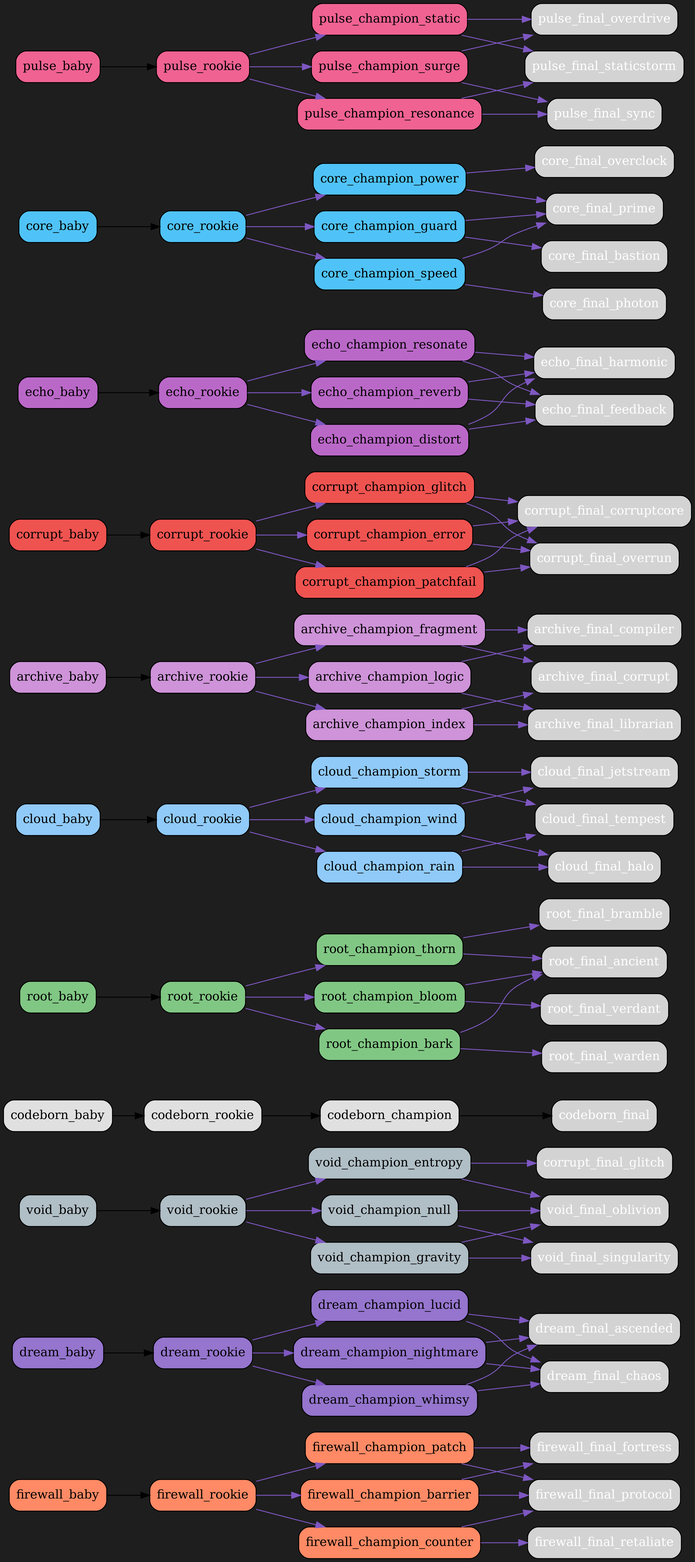
Before: src/netgrid/systems/evolution/graphs/dark/evolution_graph_dark.png, a diagram exported from Graphviz (bwlight/NetGrid). Its source is kept beside it as src/netgrid/systems/evolution/graphs/dark/evolution_graph_dark.dot.
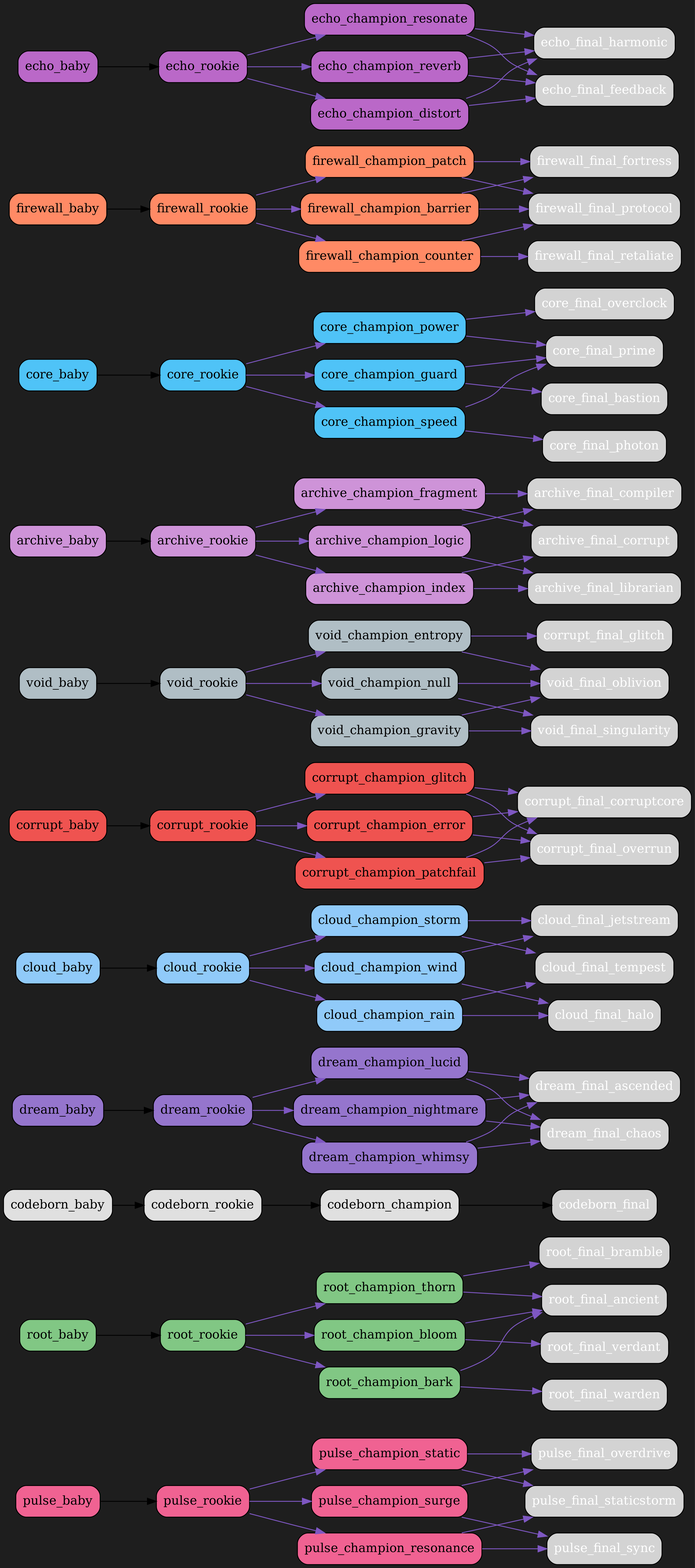
After the change.

Commit message:
Auto-update evolution graphs

The edit, as a diff of the source:
```diff
@@ -2,6 +2,132 @@
   rankdir=LR;
   bgcolor="#1e1e1e";
   node [shape=box, style="rounded,filled", fontcolor="white"];
+  "pulse_baby" [fillcolor="#f06292", fontcolor="black"];
+  "pulse_baby" -> "pulse_rookie";
+  "pulse_rookie" [fillcolor="#f06292", fontcolor="black"];
+  "pulse_rookie" -> "pulse_champion_surge" [color="#7e57c2"];
+  "pulse_rookie" -> "pulse_champion_resonance" [color="#7e57c2"];
+  "pulse_rookie" -> "pulse_champion_static" [color="#7e57c2"];
+  "pulse_champion_surge" [fillcolor="#f06292", fontcolor="black"];
+  "pulse_champion_surge" -> "pulse_final_overdrive" [color="#7e57c2"];
+  "pulse_champion_surge" -> "pulse_final_sync" [color="#7e57c2"];
+  "pulse_champion_resonance" [fillcolor="#f06292", fontcolor="black"];
+  "pulse_champion_resonance" -> "pulse_final_sync" [color="#7e57c2"];
+  "pulse_champion_resonance" -> "pulse_final_staticstorm" [color="#7e57c2"];
+  "pulse_champion_static" [fillcolor="#f06292", fontcolor="black"];
+  "pulse_champion_static" -> "pulse_final_staticstorm" [color="#7e57c2"];
+  "pulse_champion_static" -> "pulse_final_overdrive" [color="#7e57c2"];
+  "root_baby" [fillcolor="#81c784", fontcolor="black"];
+  "root_baby" -> "root_rookie";
+  "root_rookie" [fillcolor="#81c784", fontcolor="black"];
+  "root_rookie" -> "root_champion_thorn" [color="#7e57c2"];
+  "root_rookie" -> "root_champion_bloom" [color="#7e57c2"];
+  "root_rookie" -> "root_champion_bark" [color="#7e57c2"];
+  "root_champion_thorn" [fillcolor="#81c784", fontcolor="black"];
+  "root_champion_thorn" -> "root_final_bramble" [color="#7e57c2"];
+  "root_champion_thorn" -> "root_final_ancient" [color="#7e57c2"];
+  "root_champion_bloom" [fillcolor="#81c784", fontcolor="black"];
+  "root_champion_bloom" -> "root_final_ancient" [color="#7e57c2"];
+  "root_champion_bloom" -> "root_final_verdant" [color="#7e57c2"];
+  "root_champion_bark" [fillcolor="#81c784", fontcolor="black"];
+  "root_champion_bark" -> "root_final_warden" [color="#7e57c2"];
+  "root_champion_bark" -> "root_final_ancient" [color="#7e57c2"];
+  "codeborn_baby" [fillcolor="#e0e0e0", fontcolor="black"];
+  "codeborn_baby" -> "codeborn_rookie";
+  "codeborn_rookie" [fillcolor="#e0e0e0", fontcolor="black"];
+  "codeborn_rookie" -> "codeborn_champion";
+  "codeborn_champion" [fillcolor="#e0e0e0", fontcolor="black"];
+  "codeborn_champion" -> "codeborn_final";
+  "dream_baby" [fillcolor="#9575cd", fontcolor="black"];
+  "dream_baby" -> "dream_rookie";
+  "dream_rookie" [fillcolor="#9575cd", fontcolor="black"];
+  "dream_rookie" -> "dream_champion_lucid" [color="#7e57c2"];
+  "dream_rookie" -> "dream_champion_nightmare" [color="#7e57c2"];
+  "dream_rookie" -> "dream_champion_whimsy" [color="#7e57c2"];
+  "dream_champion_lucid" [fillcolor="#9575cd", fontcolor="black"];
+  "dream_champion_lucid" -> "dream_final_ascended" [color="#7e57c2"];
+  "dream_champion_lucid" -> "dream_final_chaos" [color="#7e57c2"];
+  "dream_champion_nightmare" [fillcolor="#9575cd", fontcolor="black"];
+  "dream_champion_nightmare" -> "dream_final_chaos" [color="#7e57c2"];
+  "dream_champion_nightmare" -> "dream_final_ascended" [color="#7e57c2"];
+  "dream_champion_whimsy" [fillcolor="#9575cd", fontcolor="black"];
+  "dream_champion_whimsy" -> "dream_final_ascended" [color="#7e57c2"];
+  "dream_champion_whimsy" -> "dream_final_chaos" [color="#7e57c2"];
+  "cloud_baby" [fillcolor="#90caf9", fontcolor="black"];
+  "cloud_baby" -> "cloud_rookie";
+  "cloud_rookie" [fillcolor="#90caf9", fontcolor="black"];
+  "cloud_rookie" -> "cloud_champion_wind" [color="#7e57c2"];
+  "cloud_rookie" -> "cloud_champion_rain" [color="#7e57c2"];
+  "cloud_rookie" -> "cloud_champion_storm" [color="#7e57c2"];
+  "cloud_champion_wind" [fillcolor="#90caf9", fontcolor="black"];
+  "cloud_champion_wind" -> "cloud_final_jetstream" [color="#7e57c2"];
+  "cloud_champion_wind" -> "cloud_final_halo" [color="#7e57c2"];
+  "cloud_champion_rain" [fillcolor="#90caf9", fontcolor="black"];
+  "cloud_champion_rain" -> "cloud_final_halo" [color="#7e57c2"];
+  "cloud_champion_rain" -> "cloud_final_tempest" [color="#7e57c2"];
+  "cloud_champion_storm" [fillcolor="#90caf9", fontcolor="black"];
+  "cloud_champion_storm" -> "cloud_final_tempest" [color="#7e57c2"];
+  "cloud_champion_storm" -> "cloud_final_jetstream" [color="#7e57c2"];
+  "corrupt_baby" [fillcolor="#ef5350", fontcolor="black"];
+  "corrupt_baby" -> "corrupt_rookie";
+  "corrupt_rookie" [fillcolor="#ef5350", fontcolor="black"];
+  "corrupt_rookie" -> "corrupt_champion_glitch" [color="#7e57c2"];
+  "corrupt_rookie" -> "corrupt_champion_error" [color="#7e57c2"];
+  "corrupt_rookie" -> "corrupt_champion_patchfail" [color="#7e57c2"];
+  "corrupt_champion_glitch" [fillcolor="#ef5350", fontcolor="black"];
+  "corrupt_champion_glitch" -> "corrupt_final_corruptcore" [color="#7e57c2"];
+  "corrupt_champion_glitch" -> "corrupt_final_overrun" [color="#7e57c2"];
+  "corrupt_champion_error" [fillcolor="#ef5350", fontcolor="black"];
+  "corrupt_champion_error" -> "corrupt_final_overrun" [color="#7e57c2"];
+  "corrupt_champion_error" -> "corrupt_final_corruptcore" [color="#7e57c2"];
+  "corrupt_champion_patchfail" [fillcolor="#ef5350", fontcolor="black"];
+  "corrupt_champion_patchfail" -> "corrupt_final_corruptcore" [color="#7e57c2"];
+  "corrupt_champion_patchfail" -> "corrupt_final_overrun" [color="#7e57c2"];
+  "void_baby" [fillcolor="#b0bec5", fontcolor="black"];
+  "void_baby" -> "void_rookie";
+  "void_rookie" [fillcolor="#b0bec5", fontcolor="black"];
+  "void_rookie" -> "void_champion_entropy" [color="#7e57c2"];
+  "void_rookie" -> "void_champion_gravity" [color="#7e57c2"];
+  "void_rookie" -> "void_champion_null" [color="#7e57c2"];
+  "void_champion_entropy" [fillcolor="#b0bec5", fontcolor="black"];
+  "void_champion_entropy" -> "corrupt_final_glitch" [color="#7e57c2"];
+  "void_champion_entropy" -> "void_final_oblivion" [color="#7e57c2"];
+  "void_champion_gravity" [fillcolor="#b0bec5", fontcolor="black"];
+  "void_champion_gravity" -> "void_final_singularity" [color="#7e57c2"];
+  "void_champion_gravity" -> "void_final_oblivion" [color="#7e57c2"];
+  "void_champion_null" [fillcolor="#b0bec5", fontcolor="black"];
+  "void_champion_null" -> "void_final_oblivion" [color="#7e57c2"];
+  "void_champion_null" -> "void_final_singularity" [color="#7e57c2"];
+  "archive_baby" [fillcolor="#ce93d8", fontcolor="black"];
+  "archive_baby" -> "archive_rookie";
+  "archive_rookie" [fillcolor="#ce93d8", fontcolor="black"];
+  "archive_rookie" -> "archive_champion_logic" [color="#7e57c2"];
+  "archive_rookie" -> "archive_champion_index" [color="#7e57c2"];
+  "archive_rookie" -> "archive_champion_fragment" [color="#7e57c2"];
+  "archive_champion_logic" [fillcolor="#ce93d8", fontcolor="black"];
+  "archive_champion_logic" -> "archive_final_compiler" [color="#7e57c2"];
+  "archive_champion_logic" -> "archive_final_librarian" [color="#7e57c2"];
+  "archive_champion_index" [fillcolor="#ce93d8", fontcolor="black"];
+  "archive_champion_index" -> "archive_final_librarian" [color="#7e57c2"];
+  "archive_champion_index" -> "archive_final_corrupt" [color="#7e57c2"];
+  "archive_champion_fragment" [fillcolor="#ce93d8", fontcolor="black"];
+  "archive_champion_fragment" -> "archive_final_corrupt" [color="#7e57c2"];
+  "archive_champion_fragment" -> "archive_final_compiler" [color="#7e57c2"];
+  "core_baby" [fillcolor="#4fc3f7", fontcolor="black"];
+  "core_baby" -> "core_rookie";
+  "core_rookie" [fillcolor="#4fc3f7", fontcolor="black"];
+  "core_rookie" -> "core_champion_power" [color="#7e57c2"];
+  "core_rookie" -> "core_champion_guard" [color="#7e57c2"];
+  "core_rookie" -> "core_champion_speed" [color="#7e57c2"];
+  "core_champion_power" [fillcolor="#4fc3f7", fontcolor="black"];
+  "core_champion_power" -> "core_final_overclock" [color="#7e57c2"];
+  "core_champion_power" -> "core_final_prime" [color="#7e57c2"];
+  "core_champion_guard" [fillcolor="#4fc3f7", fontcolor="black"];
+  "core_champion_guard" -> "core_final_bastion" [color="#7e57c2"];
+  "core_champion_guard" -> "core_final_prime" [color="#7e57c2"];
+  "core_champion_speed" [fillcolor="#4fc3f7", fontcolor="black"];
+  "core_champion_speed" -> "core_final_photon" [color="#7e57c2"];
+  "core_champion_speed" -> "core_final_prime" [color="#7e57c2"];
   "firewall_baby" [fillcolor="#ff8a65", fontcolor="black"];
   "firewall_baby" -> "firewall_rookie";
   "firewall_rookie" [fillcolor="#ff8a65", fontcolor="black"];
@@ -17,102 +143,6 @@
   "firewall_champion_patch" [fillcolor="#ff8a65", fontcolor="black"];
   "firewall_champion_patch" -> "firewall_final_protocol" [color="#7e57c2"];
   "firewall_champion_patch" -> "firewall_final_fortress" [color="#7e57c2"];
-  "dream_baby" [fillcolor="#9575cd", fontcolor="black"];
-  "dream_baby" -> "dream_rookie";
-  "dream_rookie" [fillcolor="#9575cd", fontcolor="black"];
-  "dream_rookie" -> "dream_champion_lucid" [color="#7e57c2"];
-  "dream_rookie" -> "dream_champion_nightmare" [color="#7e57c2"];
-  "dream_rookie" -> "dream_champion_whimsy" [color="#7e57c2"];
-  "dream_champion_lucid" [fillcolor="#9575cd", fontcolor="black"];
-  "dream_champion_lucid" -> "dream_final_ascended" [color="#7e57c2"];
-  "dream_champion_lucid" -> "dream_final_chaos" [color="#7e57c2"];
-  "dream_champion_nightmare" [fillcolor="#9575cd", fontcolor="black"];
-  "dream_champion_nightmare" -> "dream_final_chaos" [color="#7e57c2"];
-  "dream_champion_nightmare" -> "dream_final_ascended" [color="#7e57c2"];
-  "dream_champion_whimsy" [fillcolor="#9575cd", fontcolor="black"];
-  "dream_champion_whimsy" -> "dream_final_ascended" [color="#7e57c2"];
-  "dream_champion_whimsy" -> "dream_final_chaos" [color="#7e57c2"];
-  "void_baby" [fillcolor="#b0bec5", fontcolor="black"];
-  "void_baby" -> "void_rookie";
-  "void_rookie" [fillcolor="#b0bec5", fontcolor="black"];
-  "void_rookie" -> "void_champion_entropy" [color="#7e57c2"];
-  "void_rookie" -> "void_champion_gravity" [color="#7e57c2"];
-  "void_rookie" -> "void_champion_null" [color="#7e57c2"];
-  "void_champion_entropy" [fillcolor="#b0bec5", fontcolor="black"];
-  "void_champion_entropy" -> "corrupt_final_glitch" [color="#7e57c2"];
-  "void_champion_entropy" -> "void_final_oblivion" [color="#7e57c2"];
-  "void_champion_gravity" [fillcolor="#b0bec5", fontcolor="black"];
-  "void_champion_gravity" -> "void_final_singularity" [color="#7e57c2"];
-  "void_champion_gravity" -> "void_final_oblivion" [color="#7e57c2"];
-  "void_champion_null" [fillcolor="#b0bec5", fontcolor="black"];
-  "void_champion_null" -> "void_final_oblivion" [color="#7e57c2"];
-  "void_champion_null" -> "void_final_singularity" [color="#7e57c2"];
-  "codeborn_baby" [fillcolor="#e0e0e0", fontcolor="black"];
-  "codeborn_baby" -> "codeborn_rookie";
-  "codeborn_rookie" [fillcolor="#e0e0e0", fontcolor="black"];
-  "codeborn_rookie" -> "codeborn_champion";
-  "codeborn_champion" [fillcolor="#e0e0e0", fontcolor="black"];
-  "codeborn_champion" -> "codeborn_final";
-  "root_baby" [fillcolor="#81c784", fontcolor="black"];
-  "root_baby" -> "root_rookie";
-  "root_rookie" [fillcolor="#81c784", fontcolor="black"];
-  "root_rookie" -> "root_champion_thorn" [color="#7e57c2"];
-  "root_rookie" -> "root_champion_bloom" [color="#7e57c2"];
-  "root_rookie" -> "root_champion_bark" [color="#7e57c2"];
-  "root_champion_thorn" [fillcolor="#81c784", fontcolor="black"];
-  "root_champion_thorn" -> "root_final_bramble" [color="#7e57c2"];
-  "root_champion_thorn" -> "root_final_ancient" [color="#7e57c2"];
-  "root_champion_bloom" [fillcolor="#81c784", fontcolor="black"];
-  "root_champion_bloom" -> "root_final_ancient" [color="#7e57c2"];
-  "root_champion_bloom" -> "root_final_verdant" [color="#7e57c2"];
-  "root_champion_bark" [fillcolor="#81c784", fontcolor="black"];
-  "root_champion_bark" -> "root_final_warden" [color="#7e57c2"];
-  "root_champion_bark" -> "root_final_ancient" [color="#7e57c2"];
-  "cloud_baby" [fillcolor="#90caf9", fontcolor="black"];
-  "cloud_baby" -> "cloud_rookie";
-  "cloud_rookie" [fillcolor="#90caf9", fontcolor="black"];
-  "cloud_rookie" -> "cloud_champion_wind" [color="#7e57c2"];
-  "cloud_rookie" -> "cloud_champion_rain" [color="#7e57c2"];
-  "cloud_rookie" -> "cloud_champion_storm" [color="#7e57c2"];
-  "cloud_champion_wind" [fillcolor="#90caf9", fontcolor="black"];
-  "cloud_champion_wind" -> "cloud_final_jetstream" [color="#7e57c2"];
-  "cloud_champion_wind" -> "cloud_final_halo" [color="#7e57c2"];
-  "cloud_champion_rain" [fillcolor="#90caf9", fontcolor="black"];
-  "cloud_champion_rain" -> "cloud_final_halo" [color="#7e57c2"];
-  "cloud_champion_rain" -> "cloud_final_tempest" [color="#7e57c2"];
-  "cloud_champion_storm" [fillcolor="#90caf9", fontcolor="black"];
-  "cloud_champion_storm" -> "cloud_final_tempest" [color="#7e57c2"];
-  "cloud_champion_storm" -> "cloud_final_jetstream" [color="#7e57c2"];
-  "archive_baby" [fillcolor="#ce93d8", fontcolor="black"];
-  "archive_baby" -> "archive_rookie";
-  "archive_rookie" [fillcolor="#ce93d8", fontcolor="black"];
-  "archive_rookie" -> "archive_champion_logic" [color="#7e57c2"];
-  "archive_rookie" -> "archive_champion_index" [color="#7e57c2"];
-  "archive_rookie" -> "archive_champion_fragment" [color="#7e57c2"];
-  "archive_champion_logic" [fillcolor="#ce93d8", fontcolor="black"];
-  "archive_champion_logic" -> "archive_final_compiler" [color="#7e57c2"];
-  "archive_champion_logic" -> "archive_final_librarian" [color="#7e57c2"];
-  "archive_champion_index" [fillcolor="#ce93d8", fontcolor="black"];
-  "archive_champion_index" -> "archive_final_librarian" [color="#7e57c2"];
-  "archive_champion_index" -> "archive_final_corrupt" [color="#7e57c2"];
-  "archive_champion_fragment" [fillcolor="#ce93d8", fontcolor="black"];
-  "archive_champion_fragment" -> "archive_final_corrupt" [color="#7e57c2"];
-  "archive_champion_fragment" -> "archive_final_compiler" [color="#7e57c2"];
-  "corrupt_baby" [fillcolor="#ef5350", fontcolor="black"];
-  "corrupt_baby" -> "corrupt_rookie";
-  "corrupt_rookie" [fillcolor="#ef5350", fontcolor="black"];
-  "corrupt_rookie" -> "corrupt_champion_glitch" [color="#7e57c2"];
-  "corrupt_rookie" -> "corrupt_champion_error" [color="#7e57c2"];
-  "corrupt_rookie" -> "corrupt_champion_patchfail" [color="#7e57c2"];
-  "corrupt_champion_glitch" [fillcolor="#ef5350", fontcolor="black"];
-  "corrupt_champion_glitch" -> "corrupt_final_corruptcore" [color="#7e57c2"];
-  "corrupt_champion_glitch" -> "corrupt_final_overrun" [color="#7e57c2"];
-  "corrupt_champion_error" [fillcolor="#ef5350", fontcolor="black"];
-  "corrupt_champion_error" -> "corrupt_final_overrun" [color="#7e57c2"];
-  "corrupt_champion_error" -> "corrupt_final_corruptcore" [color="#7e57c2"];
-  "corrupt_champion_patchfail" [fillcolor="#ef5350", fontcolor="black"];
-  "corrupt_champion_patchfail" -> "corrupt_final_corruptcore" [color="#7e57c2"];
-  "corrupt_champion_patchfail" -> "corrupt_final_overrun" [color="#7e57c2"];
   "echo_baby" [fillcolor="#ba68c8", fontcolor="black"];
   "echo_baby" -> "echo_rookie";
   "echo_rookie" [fillcolor="#ba68c8", fontcolor="black"];
@@ -128,34 +158,4 @@
   "echo_champion_distort" [fillcolor="#ba68c8", fontcolor="black"];
   "echo_champion_distort" -> "echo_final_feedback" [color="#7e57c2"];
   "echo_champion_distort" -> "echo_final_harmonic" [color="#7e57c2"];
-  "core_baby" [fillcolor="#4fc3f7", fontcolor="black"];
-  "core_baby" -> "core_rookie";
-  "core_rookie" [fillcolor="#4fc3f7", fontcolor="black"];
-  "core_rookie" -> "core_champion_power" [color="#7e57c2"];
-  "core_rookie" -> "core_champion_guard" [color="#7e57c2"];
-  "core_rookie" -> "core_champion_speed" [color="#7e57c2"];
-  "core_champion_power" [fillcolor="#4fc3f7", fontcolor="black"];
-  "core_champion_power" -> "core_final_overclock" [color="#7e57c2"];
-  "core_champion_power" -> "core_final_prime" [color="#7e57c2"];
-  "core_champion_guard" [fillcolor="#4fc3f7", fontcolor="black"];
-  "core_champion_guard" -> "core_final_bastion" [color="#7e57c2"];
-  "core_champion_guard" -> "core_final_prime" [color="#7e57c2"];
-  "core_champion_speed" [fillcolor="#4fc3f7", fontcolor="black"];
-  "core_champion_speed" -> "core_final_photon" [color="#7e57c2"];
-  "core_champion_speed" -> "core_final_prime" [color="#7e57c2"];
-  "pulse_baby" [fillcolor="#f06292", fontcolor="black"];
-  "pulse_baby" -> "pulse_rookie";
-  "pulse_rookie" [fillcolor="#f06292", fontcolor="black"];
-  "pulse_rookie" -> "pulse_champion_surge" [color="#7e57c2"];
-  "pulse_rookie" -> "pulse_champion_resonance" [color="#7e57c2"];
-  "pulse_rookie" -> "pulse_champion_static" [color="#7e57c2"];
-  "pulse_champion_surge" [fillcolor="#f06292", fontcolor="black"];
-  "pulse_champion_surge" -> "pulse_final_overdrive" [color="#7e57c2"];
-  "pulse_champion_surge" -> "pulse_final_sync" [color="#7e57c2"];
-  "pulse_champion_resonance" [fillcolor="#f06292", fontcolor="black"];
-  "pulse_champion_resonance" -> "pulse_final_sync" [color="#7e57c2"];
-  "pulse_champion_resonance" -> "pulse_final_staticstorm" [color="#7e57c2"];
-  "pulse_champion_static" [fillcolor="#f06292", fontcolor="black"];
-  "pulse_champion_static" -> "pulse_final_staticstorm" [color="#7e57c2"];
-  "pulse_champion_static" -> "pulse_final_overdrive" [color="#7e57c2"];
 }
```
